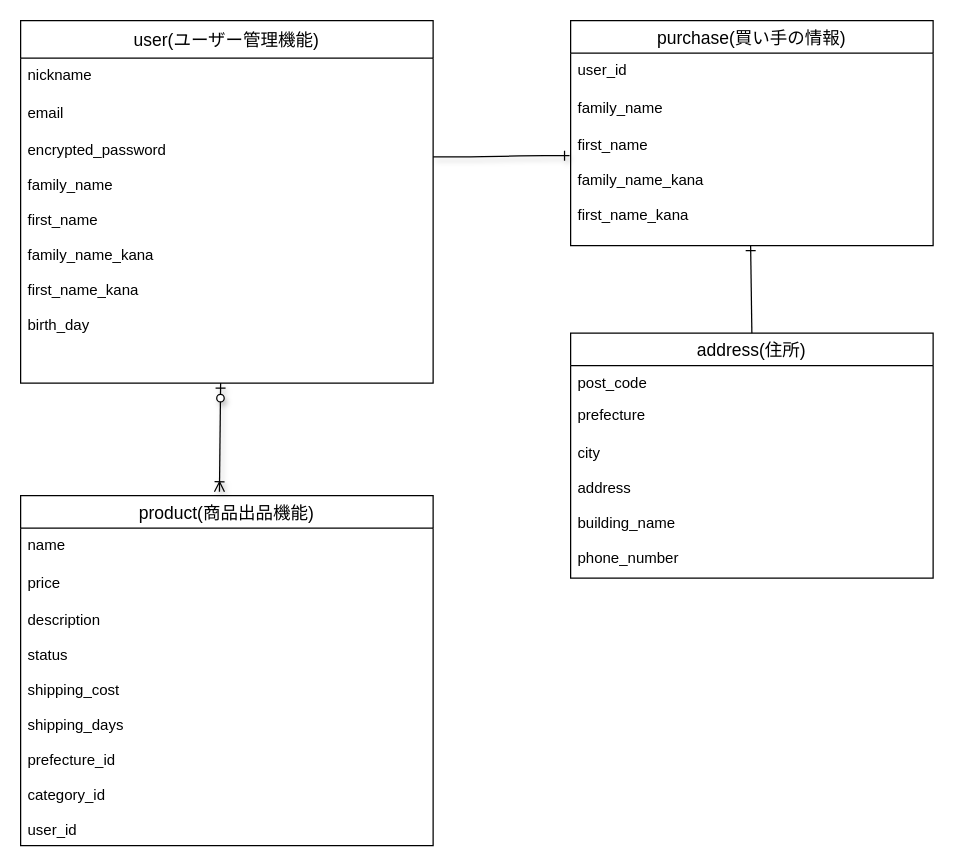
This is ER.dio from sakaiyuji3862/furima-32602, a draw.io file, before an edit. Source tidied: cells renumbered, new cells numbered last; positions are measured from the earlier drawing's top-left corner, leaving out a move shared by most shapes. Both pictures are drawn from the tidied source at 125%, with x=0, y=0 at pixel (20, 20).
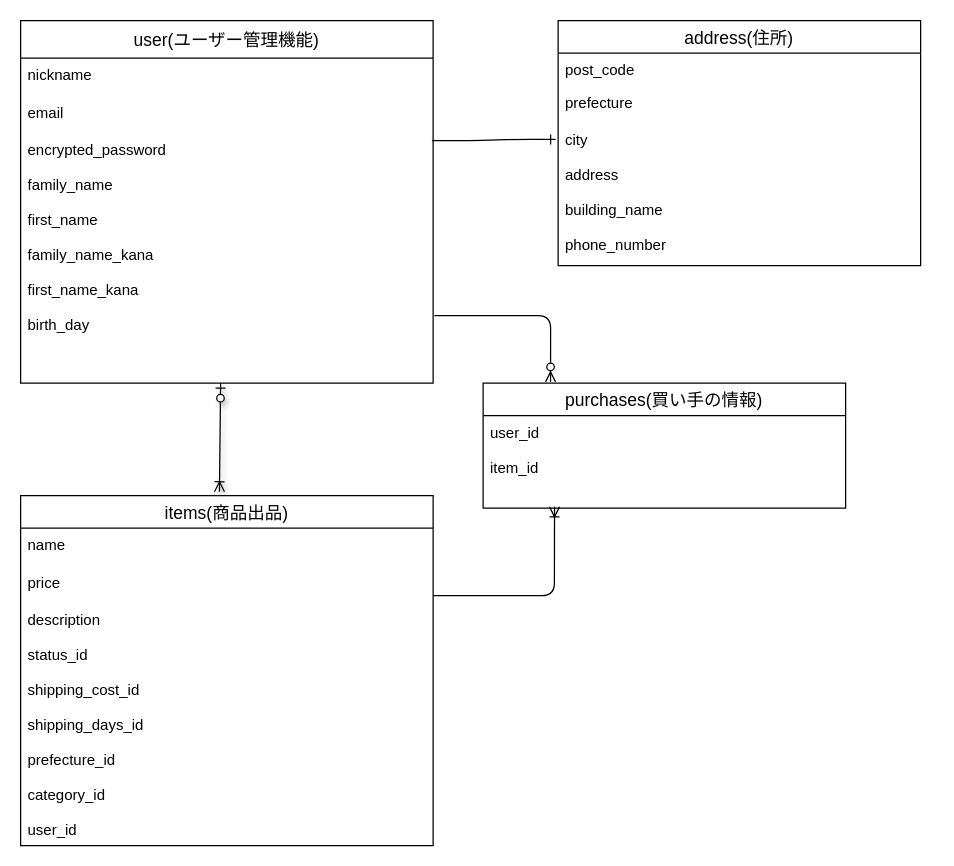
The same page after the edit.

Unchanged cells that the change refers to:
```xml
<mxCell id="5" value="encrypted_password&#10; &#10;family_name&#10;&#10;first_name&#10;&#10;family_name_kana&#10;&#10;first_name_kana&#10;&#10;birth_day&#10;&#10;&#10;" style="text;strokeColor=none;fillColor=none;spacingLeft=4;spacingRight=4;overflow=hidden;points=[[0,0.5],[1,0.5]];portConstraint=eastwest;fontSize=12;" parent="2" vertex="1">
  <mxGeometry y="90" width="330" height="200" as="geometry" />
</mxCell>
```

Diff of the diagram source:
```diff
@@
-    <mxCell id="6" value="product(商品出品機能)" style="swimlane;fontStyle=0;horizontal=1;startSize=26;align=center;fontSize=14;" parent="1" vertex="1">
+    <mxCell id="6" value="items(商品出品)" style="swimlane;fontStyle=0;horizontal=1;startSize=26;align=center;fontSize=14;" parent="1" vertex="1">
       <mxGeometry y="380" width="330" height="280" as="geometry" />
     </mxCell>
@@
-    <mxCell id="9" value="description&#10;&#10;status&#10;&#10;shipping_cost&#10;&#10;shipping_days&#10;&#10;prefecture_id&#10;&#10;category_id&#10;&#10;user_id" style="text;strokeColor=none;fillColor=none;spacingLeft=4;spacingRight=4;overflow=hidden;fontSize=12;" parent="6" vertex="1">
+    <mxCell id="9" value="description&#10;&#10;status_id&#10;&#10;shipping_cost_id&#10;&#10;shipping_days_id&#10;&#10;prefecture_id&#10;&#10;category_id&#10;&#10;user_id" style="text;strokeColor=none;fillColor=none;spacingLeft=4;spacingRight=4;overflow=hidden;fontSize=12;" parent="6" vertex="1">
       <mxGeometry y="86" width="330" height="194" as="geometry" />
     </mxCell>
@@
-    <mxCell id="11" value="purchase(買い手の情報)" style="swimlane;fontStyle=0;horizontal=1;startSize=26;align=center;fontSize=14;" parent="1" vertex="1">
-      <mxGeometry x="440" width="290" height="180" as="geometry" />
+    <mxCell id="11" value="purchases(買い手の情報)" style="swimlane;fontStyle=0;horizontal=1;startSize=26;align=center;fontSize=14;" parent="1" vertex="1">
+      <mxGeometry x="370" y="290" width="290" height="100" as="geometry" />
     </mxCell>
-    <mxCell id="12" value="user_id" style="text;strokeColor=none;fillColor=none;spacingLeft=4;spacingRight=4;overflow=hidden;points=[[0,0.5],[1,0.5]];portConstraint=eastwest;fontSize=12;" parent="11" vertex="1">
-      <mxGeometry y="26" width="290" height="30" as="geometry" />
+    <mxCell id="12" value="user_id&#10;&#10;item_id" style="text;strokeColor=none;fillColor=none;spacingLeft=4;spacingRight=4;overflow=hidden;points=[[0,0.5],[1,0.5]];portConstraint=eastwest;fontSize=12;" parent="11" vertex="1">
+      <mxGeometry y="26" width="290" height="74" as="geometry" />
     </mxCell>
-    <mxCell id="13" value="family_name" style="text;strokeColor=none;fillColor=none;spacingLeft=4;spacingRight=4;overflow=hidden;fontSize=12;" parent="11" vertex="1">
-      <mxGeometry y="56" width="290" height="30" as="geometry" />
-    </mxCell>
-    <mxCell id="14" value="first_name&#10;&#10;family_name_kana&#10;&#10;first_name_kana&#10;&#10;" style="text;strokeColor=none;fillColor=none;spacingLeft=4;spacingRight=4;overflow=hidden;points=[[0,0.5],[1,0.5]];portConstraint=eastwest;fontSize=12;" parent="11" vertex="1">
-      <mxGeometry y="86" width="290" height="94" as="geometry" />
-    </mxCell>
-    <mxCell id="15" style="edgeStyle=entityRelationEdgeStyle;fontSize=12;html=1;endArrow=ERone;endFill=1;shadow=1;entryX=-0.003;entryY=0.235;entryDx=0;entryDy=0;entryPerimeter=0;exitX=1;exitY=0.095;exitDx=0;exitDy=0;exitPerimeter=0;" parent="1" edge="1" source="5" target="14">
-      <mxGeometry relative="1" as="geometry" />
-    </mxCell>
     <mxCell id="16" value="address(住所)" style="swimlane;fontStyle=0;horizontal=1;startSize=26;align=center;fontSize=14;" parent="1" vertex="1">
-      <mxGeometry x="440" y="250" width="290" height="196" as="geometry" />
+      <mxGeometry x="430" width="290" height="196" as="geometry" />
     </mxCell>
@@
-    <mxCell id="20" style="fontSize=12;html=1;endArrow=ERone;endFill=1;exitX=0.5;exitY=0;exitDx=0;exitDy=0;" parent="1" edge="1" source="16">
-      <mxGeometry relative="1" as="geometry">
-        <mxPoint x="584" y="180" as="targetPoint" />
-      </mxGeometry>
-    </mxCell>
+    <mxCell id="21" style="fontSize=12;html=1;endArrow=ERzeroToMany;endFill=1;exitX=1.003;exitY=0.73;exitDx=0;exitDy=0;exitPerimeter=0;entryX=0.186;entryY=-0.01;entryDx=0;entryDy=0;entryPerimeter=0;" parent="1" edge="1" source="5" target="11">
+      <mxGeometry relative="1" as="geometry">
+        <Array as="points">
+          <mxPoint x="380" y="236" />
+          <mxPoint x="424" y="236" />
+        </Array>
+      </mxGeometry>
+    </mxCell>
+    <mxCell id="22" style="fontSize=12;html=1;endArrow=ERoneToMany;entryX=0.197;entryY=0.986;entryDx=0;entryDy=0;entryPerimeter=0;" parent="1" edge="1" target="12">
+      <mxGeometry relative="1" as="geometry">
+        <mxPoint x="330" y="460" as="sourcePoint" />
+        <Array as="points">
+          <mxPoint x="427" y="460" />
+        </Array>
+      </mxGeometry>
+    </mxCell>
+    <mxCell id="23" style="edgeStyle=entityRelationEdgeStyle;fontSize=12;html=1;endArrow=ERone;endFill=1;exitX=0.997;exitY=0.03;exitDx=0;exitDy=0;exitPerimeter=0;" parent="1" edge="1" source="5">
+      <mxGeometry relative="1" as="geometry">
+        <mxPoint x="428" y="95" as="targetPoint" />
+      </mxGeometry>
+    </mxCell>
```
